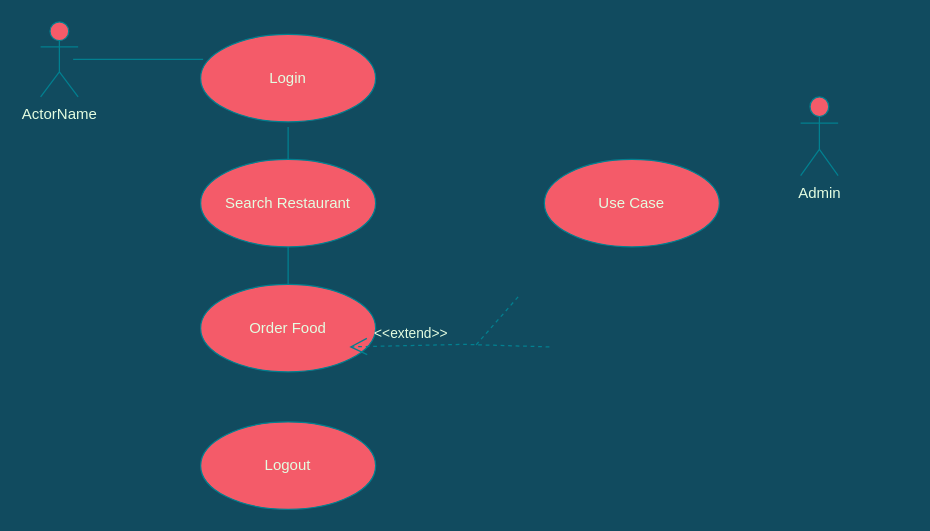
vjnathan0307/IPLVisualization keeps this draw.io diagram as Untitled Diagram.drawio. Above is the earlier version. Source tidied: cells renumbered, new cells numbered last; positions are measured from the earlier drawing's top-left corner, leaving out a move shared by most shapes. Both pictures are drawn from the tidied source at 125%, with x=0, y=0 at pixel (40, 21).
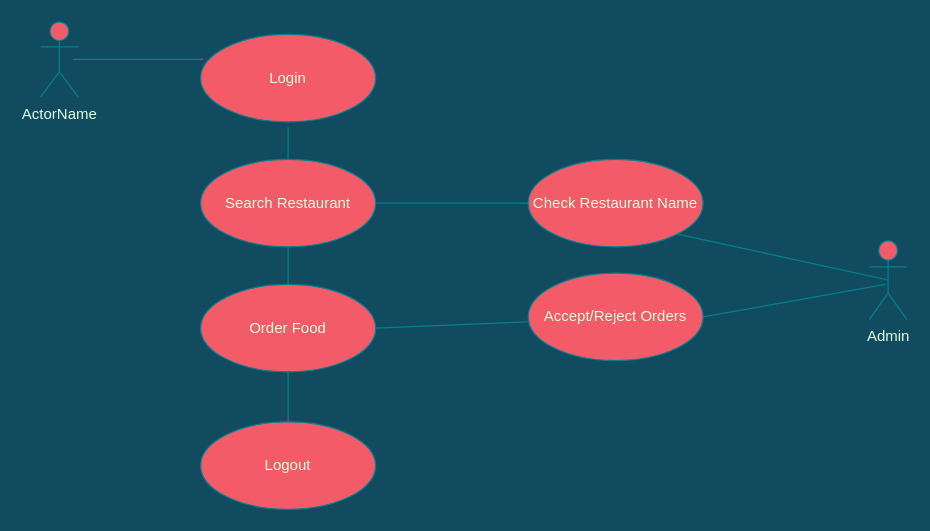
After the change.

Unchanged cells that the change refers to:
```xml
<mxCell id="5" value="Search Restaurant" style="ellipse;whiteSpace=wrap;html=1;fillColor=#F45B69;strokeColor=#028090;fontColor=#E4FDE1;" parent="1" vertex="1">
  <mxGeometry x="128" y="110" width="140" height="70" as="geometry" />
</mxCell>
<mxCell id="6" value="Order Food" style="ellipse;whiteSpace=wrap;html=1;fillColor=#F45B69;strokeColor=#028090;fontColor=#E4FDE1;" parent="1" vertex="1">
  <mxGeometry x="128" y="210" width="140" height="70" as="geometry" />
</mxCell>
<mxCell id="7" value="Logout" style="ellipse;whiteSpace=wrap;html=1;fillColor=#F45B69;strokeColor=#028090;fontColor=#E4FDE1;" parent="1" vertex="1">
  <mxGeometry x="128" y="320" width="140" height="70" as="geometry" />
</mxCell>
```

Diff of the diagram source:
```diff
@@
     <mxCell id="3" value="Admin&lt;br&gt;" style="shape=umlActor;html=1;verticalLabelPosition=bottom;verticalAlign=top;align=center;fillColor=#F45B69;strokeColor=#028090;fontColor=#E4FDE1;" parent="1" vertex="1">
-      <mxGeometry x="608" y="60" width="30" height="63" as="geometry" />
+      <mxGeometry x="663" y="175" width="30" height="63" as="geometry" />
     </mxCell>
@@
-    <mxCell id="11" value="Use Case" style="ellipse;whiteSpace=wrap;html=1;strokeColor=#028090;fontColor=#E4FDE1;fillColor=#F45B69;" parent="1" vertex="1">
-      <mxGeometry x="403" y="110" width="140" height="70" as="geometry" />
+    <mxCell id="11" value="Check Restaurant Name" style="ellipse;whiteSpace=wrap;html=1;strokeColor=#028090;fontColor=#E4FDE1;fillColor=#F45B69;" parent="1" vertex="1">
+      <mxGeometry x="390" y="110" width="140" height="70" as="geometry" />
     </mxCell>
-    <mxCell id="12" value="&amp;lt;&amp;lt;extend&amp;gt;&amp;gt;" style="align=right;html=1;verticalAlign=bottom;rounded=0;labelBackgroundColor=none;endArrow=open;endSize=12;dashed=1;strokeColor=#028090;fontColor=#E4FDE1;fillColor=#F45B69;" parent="1" edge="1">
-      <mxGeometry relative="1" as="geometry">
-        <mxPoint x="407" y="260" as="sourcePoint" />
-        <mxPoint x="247" y="260" as="targetPoint" />
-        <Array as="points">
-          <mxPoint x="338" y="258" />
-        </Array>
-      </mxGeometry>
-    </mxCell>
-    <mxCell id="13" style="edgeStyle=none;html=1;endArrow=none;rounded=0;labelBackgroundColor=none;dashed=1;exitX=0.5;exitY=1;strokeColor=#028090;fontColor=#E4FDE1;fillColor=#F45B69;" parent="1" edge="1">
-      <mxGeometry relative="1" as="geometry">
-        <mxPoint x="382" y="220" as="sourcePoint" />
-        <mxPoint x="347" y="260" as="targetPoint" />
-      </mxGeometry>
-    </mxCell>
+    <mxCell id="14" style="edgeStyle=none;html=1;endArrow=none;verticalAlign=bottom;rounded=0;strokeColor=#028090;fontColor=#E4FDE1;fillColor=#F45B69;entryX=0.5;entryY=0;entryDx=0;entryDy=0;" parent="1" edge="1" target="7">
+      <mxGeometry relative="1" as="geometry">
+        <mxPoint x="198" y="279" as="sourcePoint" />
+      </mxGeometry>
+    </mxCell>
+    <mxCell id="15" value="Accept/Reject Orders" style="ellipse;whiteSpace=wrap;html=1;strokeColor=#028090;fontColor=#E4FDE1;fillColor=#F45B69;" parent="1" vertex="1">
+      <mxGeometry x="390" y="201" width="140" height="70" as="geometry" />
+    </mxCell>
+    <mxCell id="16" style="edgeStyle=none;html=1;endArrow=none;verticalAlign=bottom;rounded=0;strokeColor=#028090;fontColor=#E4FDE1;fillColor=#F45B69;exitX=1;exitY=0.5;exitDx=0;exitDy=0;" parent="1" edge="1" source="5">
+      <mxGeometry relative="1" as="geometry">
+        <mxPoint x="390" y="145" as="targetPoint" />
+      </mxGeometry>
+    </mxCell>
+    <mxCell id="17" style="edgeStyle=none;html=1;endArrow=none;verticalAlign=bottom;rounded=0;strokeColor=#028090;fontColor=#E4FDE1;fillColor=#F45B69;exitX=1;exitY=0.5;exitDx=0;exitDy=0;" parent="1" edge="1" source="6">
+      <mxGeometry relative="1" as="geometry">
+        <mxPoint x="390" y="240" as="targetPoint" />
+      </mxGeometry>
+    </mxCell>
+    <mxCell id="18" style="edgeStyle=none;html=1;endArrow=none;verticalAlign=bottom;rounded=0;strokeColor=#028090;fontColor=#E4FDE1;fillColor=#F45B69;exitX=1;exitY=0.5;exitDx=0;exitDy=0;" parent="1" edge="1" source="15">
+      <mxGeometry relative="1" as="geometry">
+        <mxPoint x="676" y="210" as="targetPoint" />
+      </mxGeometry>
+    </mxCell>
+    <mxCell id="19" style="edgeStyle=none;html=1;endArrow=none;verticalAlign=bottom;rounded=0;strokeColor=#028090;fontColor=#E4FDE1;fillColor=#F45B69;exitX=1;exitY=1;exitDx=0;exitDy=0;entryX=0.5;entryY=0.5;entryDx=0;entryDy=0;entryPerimeter=0;" parent="1" edge="1" source="11" target="3">
+      <mxGeometry relative="1" as="geometry" />
+    </mxCell>
```
